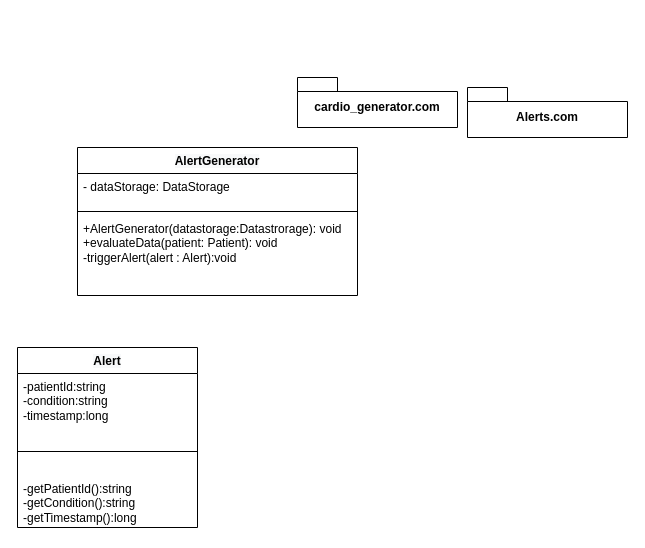
Above: page "Page-1" (1 of 2) of Untitled Diagram.drawio in heliumisbushti/signal_project (draw.io), before the change. Source tidied: cells renumbered, new cells numbered last; positions are measured from the earlier drawing's top-left corner, leaving out a move shared by most shapes. Both pictures are drawn from the tidied source at 100%, with x=0, y=0 at pixel (17, 77).
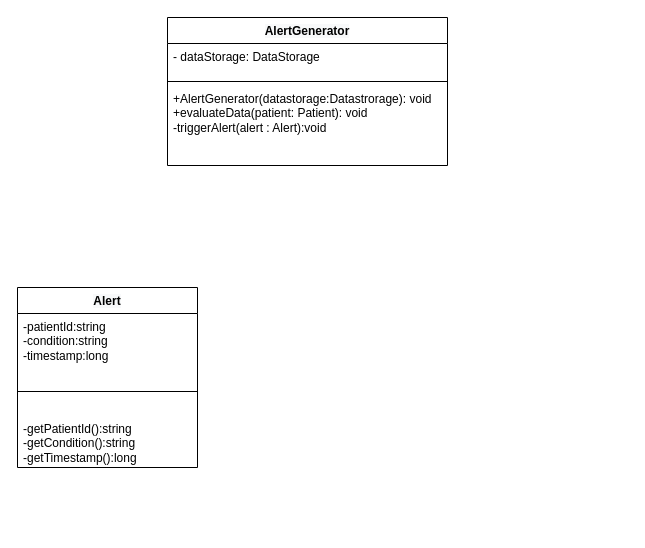
The same page after the edit.

What changed in the source:
```diff
@@
 <mxGraphModel>
   <root>
     <mxCell id="0" />
     <mxCell id="1" parent="0" />
     <mxCell id="2" value="&lt;span style=&quot;color: rgb(0, 0, 0); font-family: Helvetica, &amp;quot;VP Default&amp;quot;; text-wrap-mode: nowrap; background-color: rgb(248, 249, 250);&quot;&gt;AlertGenerator&lt;/span&gt;" style="swimlane;fontStyle=1;align=center;verticalAlign=top;horizontal=1;startSize=26;whiteSpace=wrap;html=1;labelBackgroundColor=none;" parent="1" vertex="1">
-      <mxGeometry x="60" y="70" width="280" height="148" as="geometry" />
+      <mxGeometry x="150" y="-60" width="280" height="148" as="geometry" />
     </mxCell>
     <mxCell id="3" value="&lt;div&gt;- dataStorage: DataStorage&lt;/div&gt;" style="text;strokeColor=none;fillColor=none;align=left;verticalAlign=top;spacingLeft=4;spacingRight=4;overflow=hidden;whiteSpace=wrap;html=1;labelBackgroundColor=none;" parent="2" vertex="1">
       <mxGeometry y="26" width="280" height="34" as="geometry" />
     </mxCell>
     <mxCell id="4" style="line;strokeWidth=1;fillColor=none;align=left;verticalAlign=middle;spacingTop=-1;spacingLeft=3;spacingRight=3;labelPosition=right;labelBackgroundColor=none;" parent="2" vertex="1">
       <mxGeometry y="60" width="280" height="8" as="geometry" />
     </mxCell>
     <mxCell id="5" value="&lt;div&gt;+AlertGenerator(datastorage:Datastrorage): void&lt;/div&gt;&lt;div&gt;+evaluateData(patient: Patient): void&lt;/div&gt;&lt;div&gt;-triggerAlert(alert : Alert):void&lt;/div&gt;" style="text;strokeColor=none;fillColor=none;align=left;verticalAlign=top;spacingLeft=4;spacingRight=4;overflow=hidden;whiteSpace=wrap;html=1;labelBackgroundColor=none;" parent="2" vertex="1">
       <mxGeometry y="68" width="280" height="80" as="geometry" />
     </mxCell>
     <mxCell id="6" value="&lt;span style=&quot;color: rgb(0, 0, 0); font-family: Helvetica, &amp;quot;VP Default&amp;quot;; text-wrap-mode: nowrap; background-color: rgb(248, 249, 250);&quot;&gt;Alert&lt;/span&gt;" style="swimlane;fontStyle=1;align=center;verticalAlign=top;horizontal=1;startSize=26;whiteSpace=wrap;html=1;labelBackgroundColor=none;" parent="1" vertex="1">
-      <mxGeometry y="270" width="180" height="180" as="geometry" />
+      <mxGeometry y="210" width="180" height="180" as="geometry" />
     </mxCell>
     <mxCell id="7" value="&lt;div&gt;-patientId:string&lt;/div&gt;&lt;div&gt;-condition:string&amp;nbsp;&lt;/div&gt;&lt;div&gt;-timestamp:long&lt;/div&gt;" style="text;strokeColor=none;fillColor=none;align=left;verticalAlign=top;spacingLeft=4;spacingRight=4;overflow=hidden;whiteSpace=wrap;html=1;labelBackgroundColor=none;" parent="6" vertex="1">
       <mxGeometry y="26" width="180" height="54" as="geometry" />
     </mxCell>
     <mxCell id="8" style="line;strokeWidth=1;fillColor=none;align=left;verticalAlign=middle;spacingTop=-1;spacingLeft=3;spacingRight=3;labelPosition=right;labelBackgroundColor=none;" parent="6" vertex="1">
       <mxGeometry y="80" width="180" height="48" as="geometry" />
     </mxCell>
     <mxCell id="9" value="&lt;div&gt;-getPatientId():string&lt;/div&gt;&lt;div&gt;-getCondition():string&amp;nbsp;&lt;/div&gt;&lt;div&gt;-getTimestamp():long&lt;/div&gt;" style="text;strokeColor=none;fillColor=none;align=left;verticalAlign=top;spacingLeft=4;spacingRight=4;overflow=hidden;whiteSpace=wrap;html=1;labelBackgroundColor=none;" parent="6" vertex="1">
       <mxGeometry y="128" width="180" height="52" as="geometry" />
     </mxCell>
-    <mxCell id="10" value="cardio_generator.com" style="shape=folder;fontStyle=1;spacingTop=10;tabWidth=40;tabHeight=14;tabPosition=left;html=1;whiteSpace=wrap;labelBackgroundColor=none;" parent="1" vertex="1">
-      <mxGeometry x="280" width="160" height="50" as="geometry" />
-    </mxCell>
-    <mxCell id="11" value="Alerts.com" style="shape=folder;fontStyle=1;spacingTop=10;tabWidth=40;tabHeight=14;tabPosition=left;html=1;whiteSpace=wrap;labelBackgroundColor=none;" parent="1" vertex="1">
-      <mxGeometry x="450" y="10" width="160" height="50" as="geometry" />
-    </mxCell>
   </root>
 </mxGraphModel>
```
